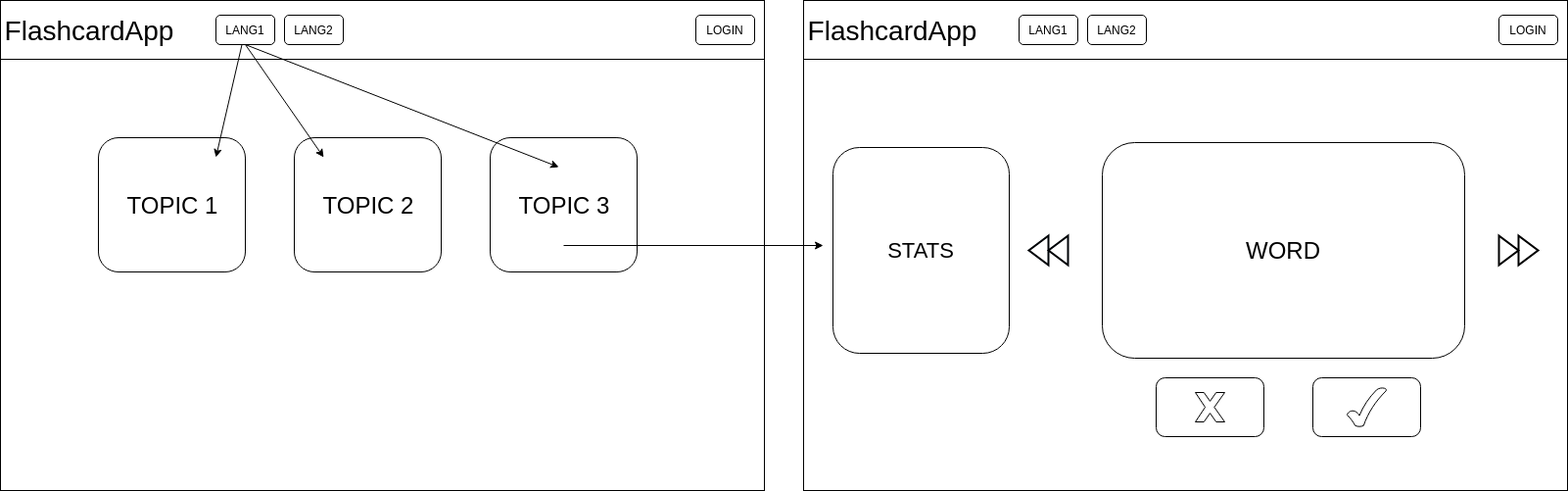
This is src/WIREFRAME.png from n-lusano/flashcardapp-client, a draw.io export, as it was before one commit. Source tidied: cells renumbered, new cells last; positions are measured from the earlier drawing's top-left corner, leaving out a move shared by most shapes. Its diagram source:
```xml
<mxGraphModel>
  <root>
    <mxCell id="0" />
    <mxCell id="1" parent="0" />
    <mxCell id="2" style="rounded=0;whiteSpace=wrap;html=1;" parent="1" vertex="1">
      <mxGeometry width="780" height="500" as="geometry" />
    </mxCell>
    <mxCell id="3" style="rounded=0;whiteSpace=wrap;html=1;" parent="1" vertex="1">
      <mxGeometry width="780" height="60" as="geometry" />
    </mxCell>
    <mxCell id="4" value="LOGIN" style="rounded=1;whiteSpace=wrap;html=1;" parent="1" vertex="1">
      <mxGeometry x="710" y="15" width="60" height="30" as="geometry" />
    </mxCell>
    <mxCell id="5" value="&lt;font style=&quot;font-size: 28px&quot;&gt;FlashcardApp&lt;/font&gt;" style="text;html=1;strokeColor=none;fillColor=none;align=center;verticalAlign=middle;whiteSpace=wrap;rounded=0;" parent="1" vertex="1">
      <mxGeometry x="70" y="20" width="40" height="20" as="geometry" />
    </mxCell>
    <mxCell id="6" value="&lt;font style=&quot;font-size: 24px&quot;&gt;TOPIC 1&lt;/font&gt;" style="rounded=1;whiteSpace=wrap;html=1;" parent="1" vertex="1">
      <mxGeometry x="100" y="140" width="150" height="137" as="geometry" />
    </mxCell>
    <mxCell id="7" value="LANG1" style="rounded=1;whiteSpace=wrap;html=1;" parent="1" vertex="1">
      <mxGeometry x="220" y="15" width="60" height="30" as="geometry" />
    </mxCell>
    <mxCell id="8" value="LANG2" style="rounded=1;whiteSpace=wrap;html=1;" parent="1" vertex="1">
      <mxGeometry x="290" y="15" width="60" height="30" as="geometry" />
    </mxCell>
    <mxCell id="9" value="&lt;font style=&quot;font-size: 24px&quot;&gt;TOPIC 2&lt;/font&gt;" style="rounded=1;whiteSpace=wrap;html=1;" parent="1" vertex="1">
      <mxGeometry x="300" y="140" width="150" height="137" as="geometry" />
    </mxCell>
    <mxCell id="10" value="&lt;font style=&quot;font-size: 24px&quot;&gt;TOPIC 3&lt;/font&gt;" style="rounded=1;whiteSpace=wrap;html=1;" parent="1" vertex="1">
      <mxGeometry x="500" y="140" width="150" height="137" as="geometry" />
    </mxCell>
    <mxCell id="11" style="rounded=0;whiteSpace=wrap;html=1;" parent="1" vertex="1">
      <mxGeometry x="820" width="780" height="500" as="geometry" />
    </mxCell>
    <mxCell id="12" style="endArrow=classic;html=1;entryX=0.8;entryY=0.146;entryDx=0;entryDy=0;entryPerimeter=0;" parent="1" edge="1" source="7" target="6">
      <mxGeometry relative="1" as="geometry" />
    </mxCell>
    <mxCell id="13" style="endArrow=classic;html=1;entryX=0.2;entryY=0.146;entryDx=0;entryDy=0;entryPerimeter=0;" parent="1" edge="1" target="9">
      <mxGeometry relative="1" as="geometry">
        <mxPoint x="250" y="45" as="sourcePoint" />
      </mxGeometry>
    </mxCell>
    <mxCell id="14" style="endArrow=classic;html=1;entryX=0.467;entryY=0.219;entryDx=0;entryDy=0;entryPerimeter=0;" parent="1" edge="1" target="10">
      <mxGeometry relative="1" as="geometry">
        <mxPoint x="250" y="45" as="sourcePoint" />
      </mxGeometry>
    </mxCell>
    <mxCell id="15" style="endArrow=classic;html=1;" parent="1" edge="1">
      <mxGeometry relative="1" as="geometry">
        <mxPoint x="575" y="250" as="sourcePoint" />
        <mxPoint x="840" y="250" as="targetPoint" />
      </mxGeometry>
    </mxCell>
    <mxCell id="16" style="rounded=0;whiteSpace=wrap;html=1;" parent="1" vertex="1">
      <mxGeometry x="820" width="780" height="60" as="geometry" />
    </mxCell>
    <mxCell id="17" value="LOGIN" style="rounded=1;whiteSpace=wrap;html=1;" parent="1" vertex="1">
      <mxGeometry x="1530" y="15" width="60" height="30" as="geometry" />
    </mxCell>
    <mxCell id="18" value="&lt;font style=&quot;font-size: 28px&quot;&gt;FlashcardApp&lt;/font&gt;" style="text;html=1;strokeColor=none;fillColor=none;align=center;verticalAlign=middle;whiteSpace=wrap;rounded=0;" parent="1" vertex="1">
      <mxGeometry x="889.8" y="20" width="40" height="20" as="geometry" />
    </mxCell>
    <mxCell id="19" value="LANG1" style="rounded=1;whiteSpace=wrap;html=1;" parent="1" vertex="1">
      <mxGeometry x="1040" y="15" width="60" height="30" as="geometry" />
    </mxCell>
    <mxCell id="20" value="LANG2" style="rounded=1;whiteSpace=wrap;html=1;" parent="1" vertex="1">
      <mxGeometry x="1110" y="15" width="60" height="30" as="geometry" />
    </mxCell>
    <mxCell id="21" value="&lt;font style=&quot;font-size: 24px&quot;&gt;WORD&lt;/font&gt;" style="rounded=1;whiteSpace=wrap;html=1;" parent="1" vertex="1">
      <mxGeometry x="1125" y="145" width="370" height="220" as="geometry" />
    </mxCell>
    <mxCell id="22" style="rounded=1;whiteSpace=wrap;html=1;" parent="1" vertex="1">
      <mxGeometry x="1180" y="385" width="110" height="60" as="geometry" />
    </mxCell>
    <mxCell id="23" style="verticalLabelPosition=bottom;verticalAlign=top;html=1;shape=mxgraph.basic.x;" parent="1" vertex="1">
      <mxGeometry x="1220" y="400" width="30" height="30" as="geometry" />
    </mxCell>
    <mxCell id="24" style="rounded=1;whiteSpace=wrap;html=1;" parent="1" vertex="1">
      <mxGeometry x="1340" y="385" width="110" height="60" as="geometry" />
    </mxCell>
    <mxCell id="25" style="verticalLabelPosition=bottom;verticalAlign=top;html=1;shape=mxgraph.basic.tick;" parent="1" vertex="1">
      <mxGeometry x="1375" y="395" width="40" height="40" as="geometry" />
    </mxCell>
    <mxCell id="26" style="html=1;verticalLabelPosition=bottom;align=center;labelBackgroundColor=#ffffff;verticalAlign=top;strokeWidth=2;strokeColor=#000408;fillColor=#ffffff;shadow=0;dashed=0;shape=mxgraph.ios7.icons.backward;" parent="1" vertex="1">
      <mxGeometry x="1050" y="240" width="40" height="30" as="geometry" />
    </mxCell>
    <mxCell id="27" style="html=1;verticalLabelPosition=bottom;align=center;labelBackgroundColor=#ffffff;verticalAlign=top;strokeWidth=2;strokeColor=#000000;fillColor=#ffffff;shadow=0;dashed=0;shape=mxgraph.ios7.icons.forward;" parent="1" vertex="1">
      <mxGeometry x="1530" y="240" width="40" height="30" as="geometry" />
    </mxCell>
    <mxCell id="28" value="&lt;font style=&quot;font-size: 22px&quot;&gt;STATS&lt;/font&gt;" style="rounded=1;whiteSpace=wrap;html=1;strokeColor=#000000;strokeWidth=1;" parent="1" vertex="1">
      <mxGeometry x="850" y="150" width="180" height="210" as="geometry" />
    </mxCell>
  </root>
</mxGraphModel>
```
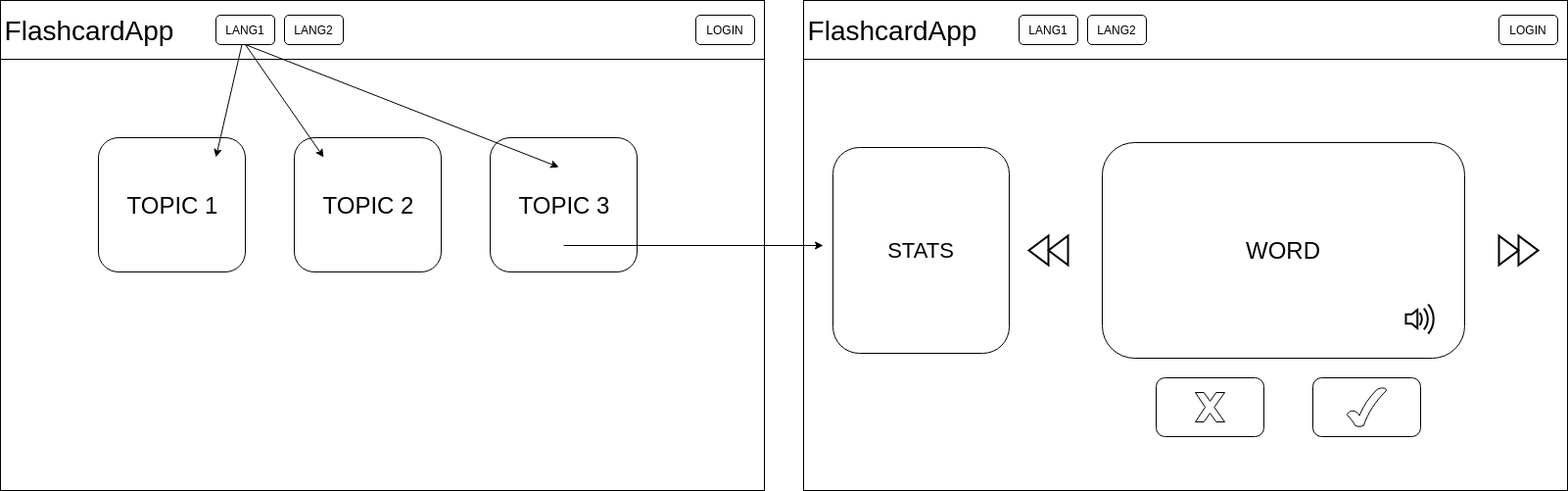
After the change.

What changed in the source:
```diff
@@ -90,5 +90,8 @@
     <mxCell id="28" value="&lt;font style=&quot;font-size: 22px&quot;&gt;STATS&lt;/font&gt;" style="rounded=1;whiteSpace=wrap;html=1;strokeColor=#000000;strokeWidth=1;" parent="1" vertex="1">
       <mxGeometry x="850" y="150" width="180" height="210" as="geometry" />
     </mxCell>
+    <mxCell id="29" style="html=1;verticalLabelPosition=bottom;align=center;labelBackgroundColor=#ffffff;verticalAlign=top;strokeWidth=2;strokeColor=#000305;fillColor=#ffffff;shadow=0;dashed=0;shape=mxgraph.ios7.icons.volume_2;" parent="1" vertex="1">
+      <mxGeometry x="1435" y="310" width="30" height="30" as="geometry" />
+    </mxCell>
   </root>
 </mxGraphModel>
```
